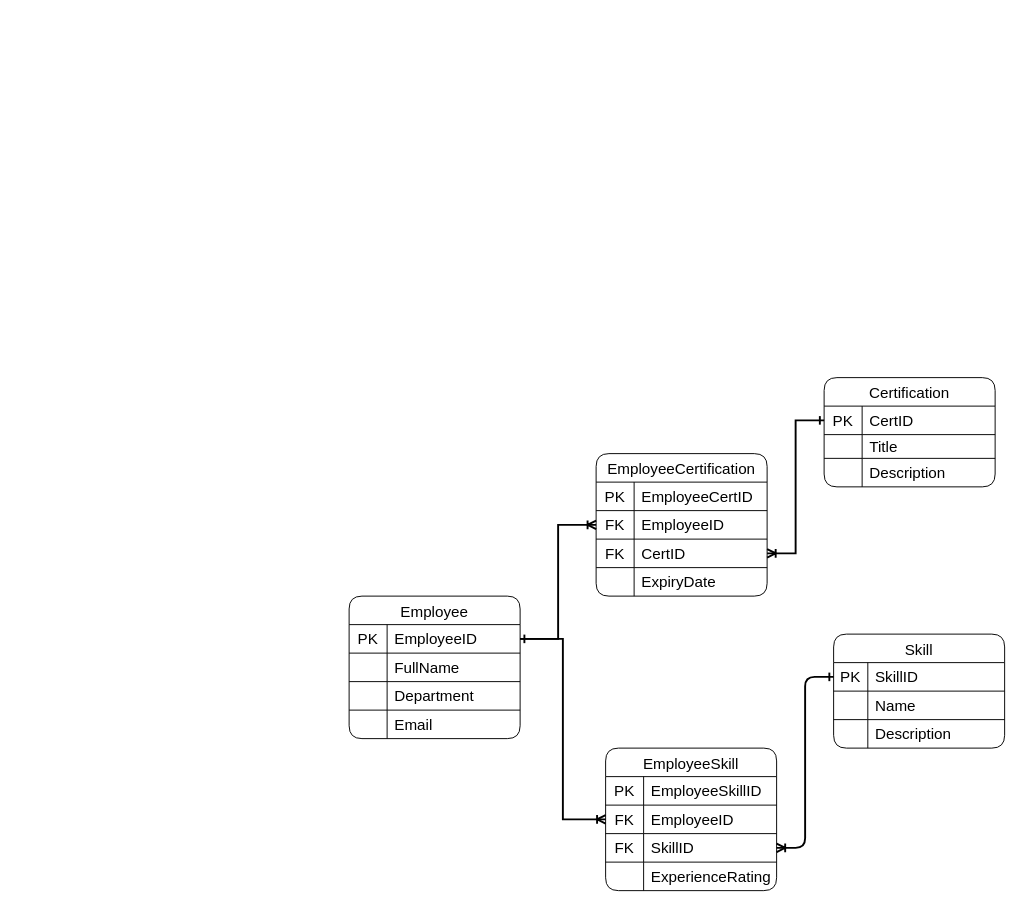
Before: Untitled Diagram.drawio in MartinGurasvili/qaa, a draw.io diagram. Source tidied: cells renumbered, new cells numbered last; positions are measured from the earlier drawing's top-left corner, leaving out a move shared by most shapes. Both pictures are drawn from the tidied source at 95%, with x=0, y=0 at pixel (349, 377).
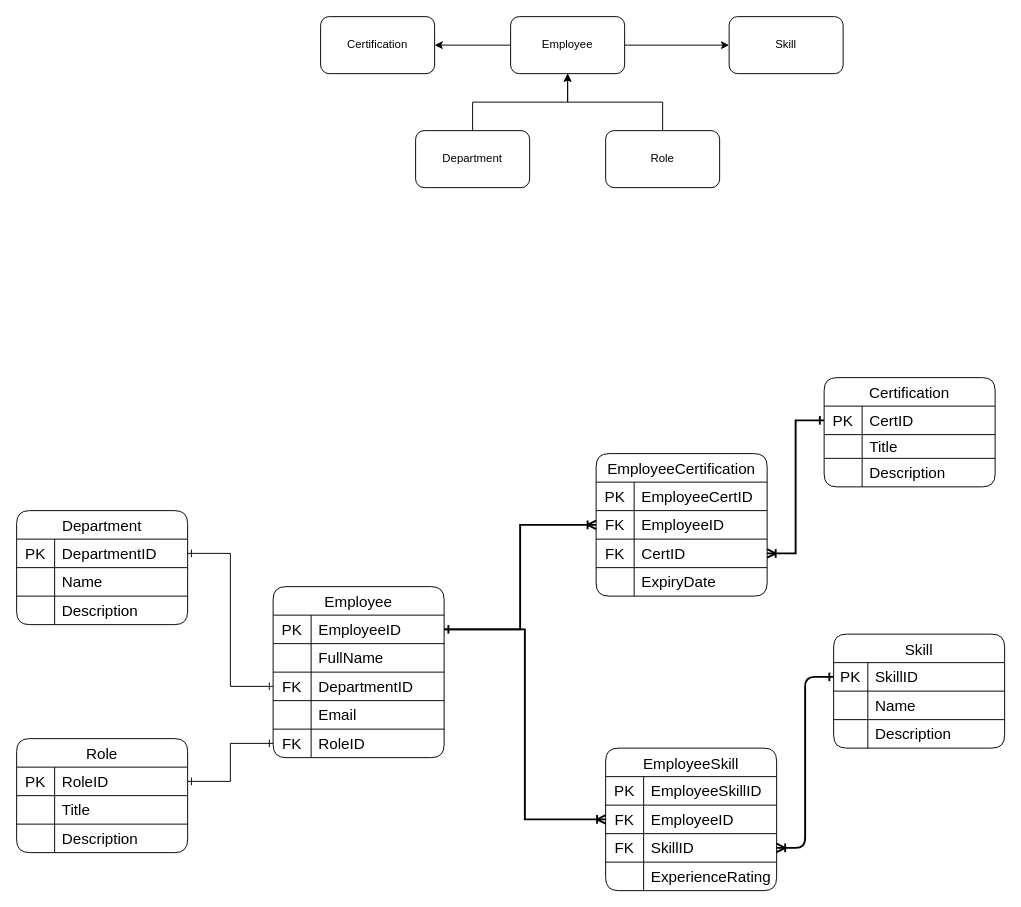
The same diagram, later.

The change refers to these unchanged cells:
```xml
<mxCell id="9" style="shape=tableRow;horizontal=0;startSize=0;swimlaneHead=0;swimlaneBody=0;top=0;left=0;bottom=0;right=0;fillColor=none;points=[[0,0.5],[1,0.5]];portConstraint=eastwest;strokeColor=inherit;fontSize=16;" parent="2" vertex="1">
  <mxGeometry y="90" width="180" height="30" as="geometry" />
</mxCell>
```

The edit, as a diff of the source:
```diff
@@
-    <mxCell id="2" value="Employee" style="shape=table;startSize=30;childLayout=tableLayout;rowLines=1;fontStyle=0;strokeColor=default;fontSize=16;rounded=1;" parent="1" vertex="1">
-      <mxGeometry y="230" width="180" height="150" as="geometry" />
+    <mxCell id="2" value="Employee" style="shape=table;startSize=30;childLayout=tableLayout;rowLines=1;fontStyle=0;fontSize=16;rounded=1;" parent="1" vertex="1">
+      <mxGeometry x="-80" y="220" width="180" height="180" as="geometry" />
     </mxCell>
@@
-    <mxCell id="10" style="shape=partialRectangle;html=1;whiteSpace=wrap;fillColor=none;top=0;left=0;bottom=0;right=0;overflow=hidden;strokeColor=inherit;fontSize=16;" parent="9" vertex="1">
+    <mxCell id="10" value="FK" style="shape=partialRectangle;html=1;whiteSpace=wrap;fillColor=none;top=0;left=0;bottom=0;right=0;overflow=hidden;strokeColor=inherit;fontSize=16;" parent="9" vertex="1">
       <mxGeometry width="40" height="30" as="geometry" />
     </mxCell>
-    <mxCell id="11" value="Department" style="shape=partialRectangle;html=1;whiteSpace=wrap;fillColor=none;top=0;left=0;bottom=0;right=0;align=left;spacingLeft=6;overflow=hidden;strokeColor=inherit;fontSize=16;" parent="9" vertex="1">
+    <mxCell id="11" value="&lt;span style=&quot;text-wrap: nowrap; text-align: center;&quot;&gt;Department&lt;/span&gt;ID" style="shape=partialRectangle;html=1;whiteSpace=wrap;fillColor=none;top=0;left=0;bottom=0;right=0;align=left;spacingLeft=6;overflow=hidden;strokeColor=inherit;fontSize=16;" parent="9" vertex="1">
       <mxGeometry x="40" width="140" height="30" as="geometry" />
     </mxCell>
@@
+    <mxCell id="65" style="shape=tableRow;horizontal=0;startSize=0;swimlaneHead=0;swimlaneBody=0;top=0;left=0;bottom=0;right=0;fillColor=none;points=[[0,0.5],[1,0.5]];portConstraint=eastwest;strokeColor=inherit;fontSize=16;" parent="2" vertex="1">
+      <mxGeometry y="150" width="180" height="30" as="geometry" />
+    </mxCell>
+    <mxCell id="66" value="FK" style="shape=partialRectangle;html=1;whiteSpace=wrap;fillColor=none;top=0;left=0;bottom=0;right=0;overflow=hidden;strokeColor=inherit;fontSize=16;" parent="65" vertex="1">
+      <mxGeometry width="40" height="30" as="geometry" />
+    </mxCell>
+    <mxCell id="67" value="&lt;div style=&quot;text-align: center;&quot;&gt;&lt;span style=&quot;background-color: initial; text-wrap: nowrap;&quot;&gt;RoleID&lt;/span&gt;&lt;/div&gt;" style="shape=partialRectangle;html=1;whiteSpace=wrap;fillColor=none;top=0;left=0;bottom=0;right=0;align=left;spacingLeft=6;overflow=hidden;strokeColor=inherit;fontSize=16;" parent="65" vertex="1">
+      <mxGeometry x="40" width="140" height="30" as="geometry" />
+    </mxCell>
@@
+    <mxCell id="68" style="edgeStyle=orthogonalEdgeStyle;rounded=0;jettySize=auto;html=1;entryX=1;entryY=0.5;entryDx=0;entryDy=0;" parent="1" edge="1" source="70" target="71">
+      <mxGeometry relative="1" as="geometry" />
+    </mxCell>
+    <mxCell id="69" style="edgeStyle=orthogonalEdgeStyle;rounded=0;jettySize=auto;html=1;entryX=0;entryY=0.5;entryDx=0;entryDy=0;" parent="1" edge="1" source="70" target="72">
+      <mxGeometry relative="1" as="geometry" />
+    </mxCell>
+    <mxCell id="70" value="Employee" style="rounded=1;whiteSpace=wrap;html=1;" parent="1" vertex="1">
+      <mxGeometry x="170" y="-380" width="120" height="60" as="geometry" />
+    </mxCell>
+    <mxCell id="71" value="Certification" style="rounded=1;whiteSpace=wrap;html=1;" parent="1" vertex="1">
+      <mxGeometry x="-30" y="-380" width="120" height="60" as="geometry" />
+    </mxCell>
+    <mxCell id="72" value="Skill" style="rounded=1;whiteSpace=wrap;html=1;" parent="1" vertex="1">
+      <mxGeometry x="400" y="-380" width="120" height="60" as="geometry" />
+    </mxCell>
+    <mxCell id="73" style="edgeStyle=orthogonalEdgeStyle;rounded=0;jettySize=auto;html=1;entryX=0.5;entryY=1;entryDx=0;entryDy=0;" parent="1" edge="1" source="74" target="70">
+      <mxGeometry relative="1" as="geometry" />
+    </mxCell>
+    <mxCell id="74" value="Department" style="rounded=1;whiteSpace=wrap;html=1;" parent="1" vertex="1">
+      <mxGeometry x="70" y="-260" width="120" height="60" as="geometry" />
+    </mxCell>
+    <mxCell id="75" style="edgeStyle=orthogonalEdgeStyle;rounded=0;jettySize=auto;html=1;entryX=0.5;entryY=1;entryDx=0;entryDy=0;" parent="1" edge="1" source="76" target="70">
+      <mxGeometry relative="1" as="geometry" />
+    </mxCell>
+    <mxCell id="76" value="Role" style="rounded=1;whiteSpace=wrap;html=1;" parent="1" vertex="1">
+      <mxGeometry x="270" y="-260" width="120" height="60" as="geometry" />
+    </mxCell>
+    <mxCell id="77" value="Department" style="shape=table;startSize=30;childLayout=tableLayout;rowLines=1;fontStyle=0;strokeColor=default;fontSize=16;rounded=1;" parent="1" vertex="1">
+      <mxGeometry x="-350" y="140" width="180" height="120" as="geometry" />
+    </mxCell>
+    <mxCell id="78" style="shape=tableRow;horizontal=0;startSize=0;swimlaneHead=0;swimlaneBody=0;top=0;left=0;bottom=0;right=0;fillColor=none;points=[[0,0.5],[1,0.5]];portConstraint=eastwest;strokeColor=inherit;fontSize=16;" parent="77" vertex="1">
+      <mxGeometry y="30" width="180" height="30" as="geometry" />
+    </mxCell>
+    <mxCell id="79" value="PK" style="shape=partialRectangle;html=1;whiteSpace=wrap;fillColor=none;top=0;left=0;bottom=0;right=0;overflow=hidden;strokeColor=inherit;fontSize=16;" parent="78" vertex="1">
+      <mxGeometry width="40" height="30" as="geometry" />
+    </mxCell>
+    <mxCell id="80" value="&lt;span style=&quot;text-align: center; text-wrap: nowrap;&quot;&gt;Department&lt;/span&gt;ID" style="shape=partialRectangle;html=1;whiteSpace=wrap;fillColor=none;top=0;left=0;bottom=0;right=0;align=left;spacingLeft=6;overflow=hidden;strokeColor=inherit;fontSize=16;" parent="78" vertex="1">
+      <mxGeometry x="40" width="140" height="30" as="geometry" />
+    </mxCell>
+    <mxCell id="81" style="shape=tableRow;horizontal=0;startSize=0;swimlaneHead=0;swimlaneBody=0;top=0;left=0;bottom=0;right=0;fillColor=none;strokeColor=inherit;fontSize=16;" parent="77" vertex="1">
+      <mxGeometry y="60" width="180" height="30" as="geometry" />
+    </mxCell>
+    <mxCell id="82" style="shape=partialRectangle;html=1;whiteSpace=wrap;fillColor=none;top=0;left=0;bottom=0;right=0;overflow=hidden;strokeColor=inherit;fontSize=16;" parent="81" vertex="1">
+      <mxGeometry width="40" height="30" as="geometry" />
+    </mxCell>
+    <mxCell id="83" value="Name" style="shape=partialRectangle;html=1;whiteSpace=wrap;fillColor=none;top=0;left=0;bottom=0;right=0;align=left;spacingLeft=6;overflow=hidden;strokeColor=inherit;fontSize=16;" parent="81" vertex="1">
+      <mxGeometry x="40" width="140" height="30" as="geometry" />
+    </mxCell>
+    <mxCell id="84" style="shape=tableRow;horizontal=0;startSize=0;swimlaneHead=0;swimlaneBody=0;top=0;left=0;bottom=0;right=0;fillColor=none;strokeColor=inherit;fontSize=16;" parent="77" vertex="1">
+      <mxGeometry y="90" width="180" height="30" as="geometry" />
+    </mxCell>
+    <mxCell id="85" style="shape=partialRectangle;html=1;whiteSpace=wrap;fillColor=none;top=0;left=0;bottom=0;right=0;overflow=hidden;strokeColor=inherit;fontSize=16;" parent="84" vertex="1">
+      <mxGeometry width="40" height="30" as="geometry" />
+    </mxCell>
+    <mxCell id="86" value="Description" style="shape=partialRectangle;html=1;whiteSpace=wrap;fillColor=none;top=0;left=0;bottom=0;right=0;align=left;spacingLeft=6;overflow=hidden;strokeColor=inherit;fontSize=16;" parent="84" vertex="1">
+      <mxGeometry x="40" width="140" height="30" as="geometry" />
+    </mxCell>
+    <mxCell id="87" value="Role" style="shape=table;startSize=30;childLayout=tableLayout;rowLines=1;fontStyle=0;strokeColor=default;fontSize=16;rounded=1;" parent="1" vertex="1">
+      <mxGeometry x="-350" y="380" width="180" height="120" as="geometry" />
+    </mxCell>
+    <mxCell id="88" style="shape=tableRow;horizontal=0;startSize=0;swimlaneHead=0;swimlaneBody=0;top=0;left=0;bottom=0;right=0;fillColor=none;points=[[0,0.5],[1,0.5]];portConstraint=eastwest;strokeColor=inherit;fontSize=16;" parent="87" vertex="1">
+      <mxGeometry y="30" width="180" height="30" as="geometry" />
+    </mxCell>
+    <mxCell id="89" value="PK" style="shape=partialRectangle;html=1;whiteSpace=wrap;fillColor=none;top=0;left=0;bottom=0;right=0;overflow=hidden;strokeColor=inherit;fontSize=16;" parent="88" vertex="1">
+      <mxGeometry width="40" height="30" as="geometry" />
+    </mxCell>
+    <mxCell id="90" value="&lt;span style=&quot;text-align: center; text-wrap: nowrap;&quot;&gt;Role&lt;/span&gt;ID" style="shape=partialRectangle;html=1;whiteSpace=wrap;fillColor=none;top=0;left=0;bottom=0;right=0;align=left;spacingLeft=6;overflow=hidden;strokeColor=inherit;fontSize=16;" parent="88" vertex="1">
+      <mxGeometry x="40" width="140" height="30" as="geometry" />
+    </mxCell>
+    <mxCell id="91" style="shape=tableRow;horizontal=0;startSize=0;swimlaneHead=0;swimlaneBody=0;top=0;left=0;bottom=0;right=0;fillColor=none;strokeColor=inherit;fontSize=16;" parent="87" vertex="1">
+      <mxGeometry y="60" width="180" height="30" as="geometry" />
+    </mxCell>
+    <mxCell id="92" style="shape=partialRectangle;html=1;whiteSpace=wrap;fillColor=none;top=0;left=0;bottom=0;right=0;overflow=hidden;strokeColor=inherit;fontSize=16;" parent="91" vertex="1">
+      <mxGeometry width="40" height="30" as="geometry" />
+    </mxCell>
+    <mxCell id="93" value="Title" style="shape=partialRectangle;html=1;whiteSpace=wrap;fillColor=none;top=0;left=0;bottom=0;right=0;align=left;spacingLeft=6;overflow=hidden;strokeColor=inherit;fontSize=16;" parent="91" vertex="1">
+      <mxGeometry x="40" width="140" height="30" as="geometry" />
+    </mxCell>
+    <mxCell id="94" style="shape=tableRow;horizontal=0;startSize=0;swimlaneHead=0;swimlaneBody=0;top=0;left=0;bottom=0;right=0;fillColor=none;strokeColor=inherit;fontSize=16;" parent="87" vertex="1">
+      <mxGeometry y="90" width="180" height="30" as="geometry" />
+    </mxCell>
+    <mxCell id="95" style="shape=partialRectangle;html=1;whiteSpace=wrap;fillColor=none;top=0;left=0;bottom=0;right=0;overflow=hidden;strokeColor=inherit;fontSize=16;" parent="94" vertex="1">
+      <mxGeometry width="40" height="30" as="geometry" />
+    </mxCell>
+    <mxCell id="96" value="Description" style="shape=partialRectangle;html=1;whiteSpace=wrap;fillColor=none;top=0;left=0;bottom=0;right=0;align=left;spacingLeft=6;overflow=hidden;strokeColor=inherit;fontSize=16;" parent="94" vertex="1">
+      <mxGeometry x="40" width="140" height="30" as="geometry" />
+    </mxCell>
+    <mxCell id="97" style="edgeStyle=orthogonalEdgeStyle;rounded=0;jettySize=auto;html=1;exitX=1;exitY=0.5;exitDx=0;exitDy=0;entryX=0;entryY=0.5;entryDx=0;entryDy=0;endArrow=ERone;endFill=0;startArrow=ERone;startFill=0;" parent="1" edge="1" source="78" target="9">
+      <mxGeometry relative="1" as="geometry" />
+    </mxCell>
+    <mxCell id="98" style="edgeStyle=orthogonalEdgeStyle;rounded=0;jettySize=auto;html=1;exitX=0;exitY=0.5;exitDx=0;exitDy=0;entryX=1;entryY=0.5;entryDx=0;entryDy=0;endArrow=ERone;endFill=0;startArrow=ERone;startFill=0;" parent="1" edge="1" source="65" target="88">
+      <mxGeometry relative="1" as="geometry" />
+    </mxCell>
```
